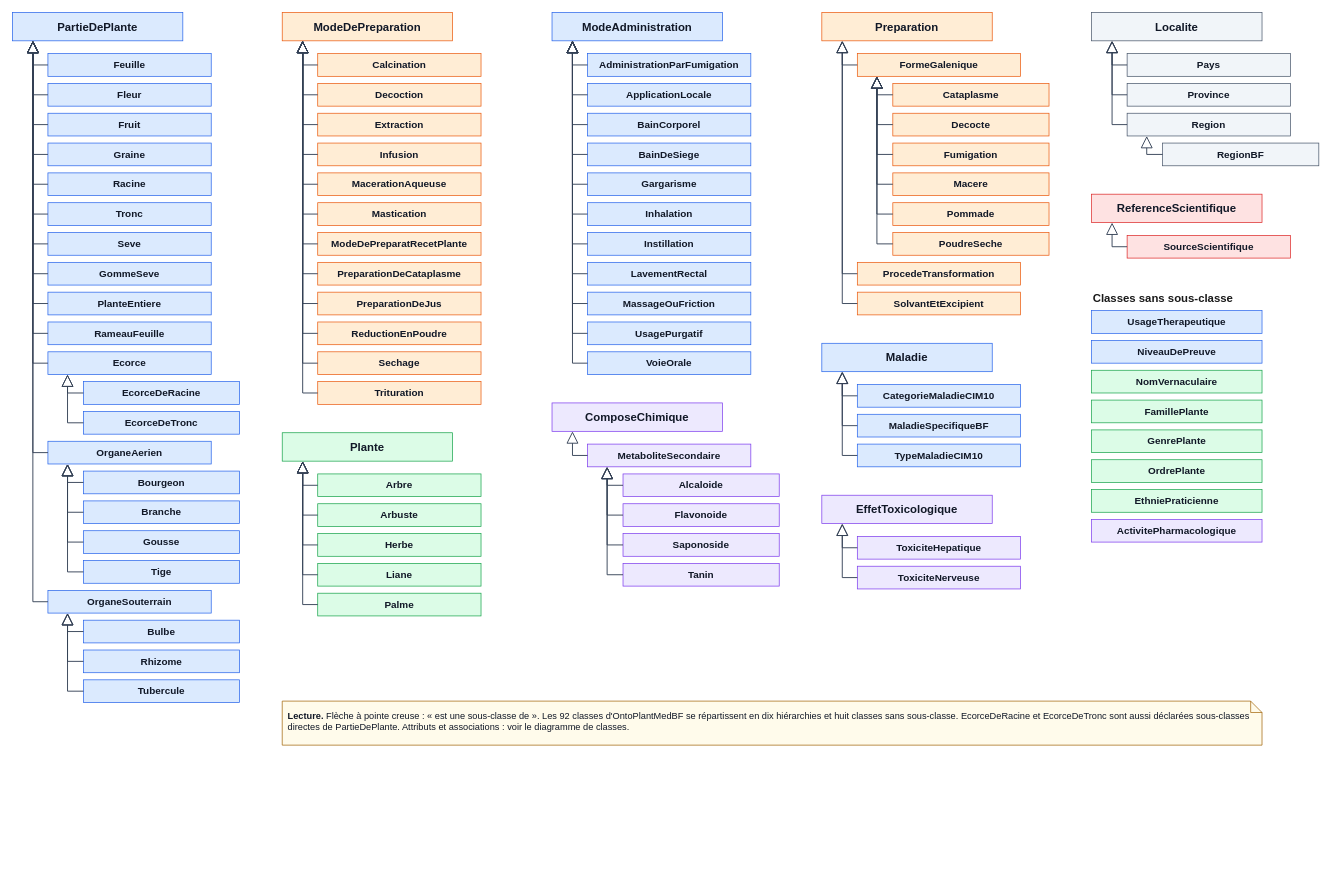
Earlier version of the draw.io diagram images/hierarchies_classes_ontologie.drawio (Lougoudoro/master-memoire). Source tidied: cells renumbered, new cells numbered last; positions are measured from the earlier drawing's top-left corner, leaving out a move shared by most shapes. Both pictures are drawn from the tidied source at 71%, with x=0, y=0 at pixel (12, 12).
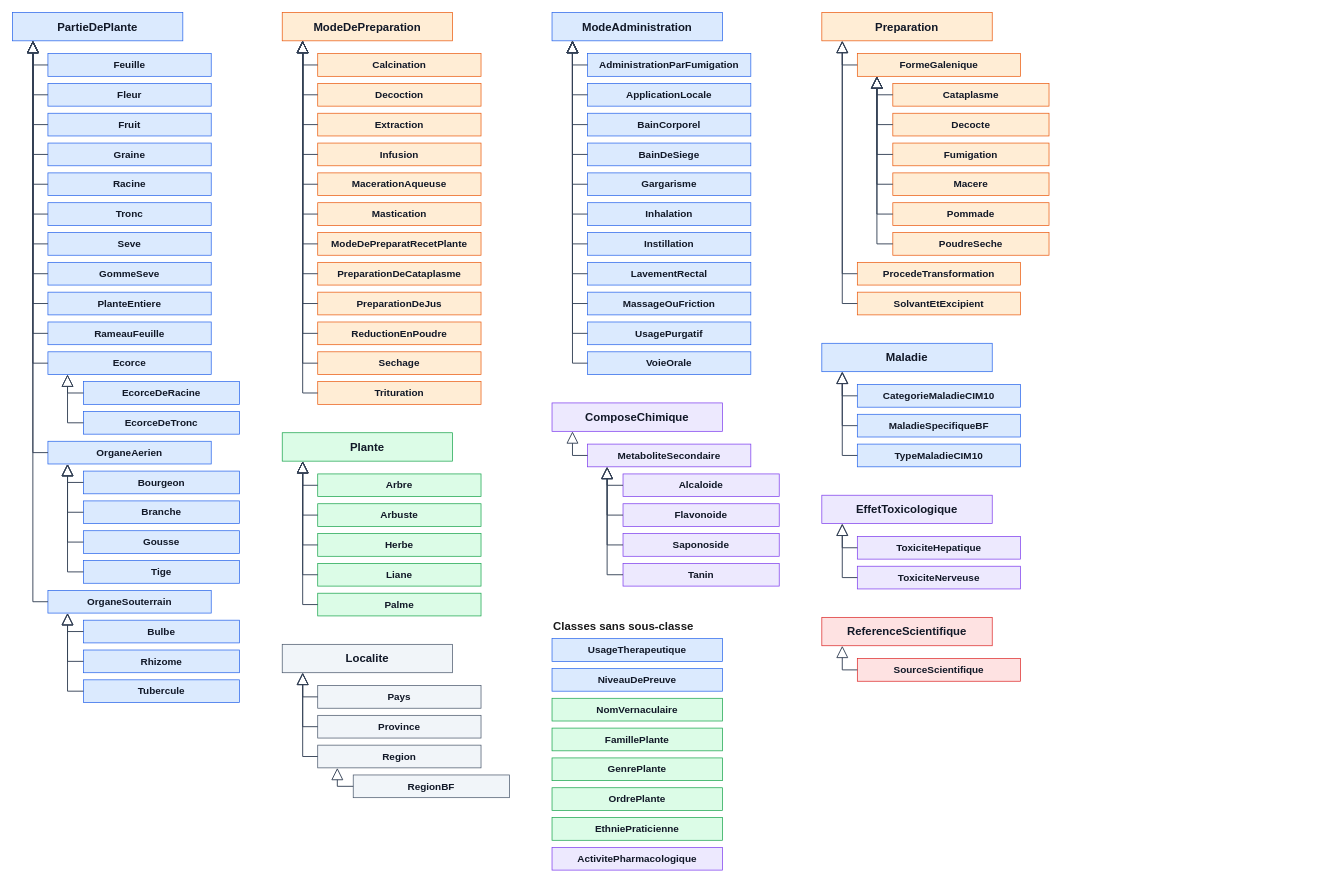
Above is the later version.

What changed in the source:
```diff
@@
     <mxCell id="148" value="Localite" style="rounded=0;whiteSpace=wrap;html=1;fillColor=#f1f5f9;strokeColor=#475569;fontColor=#111827;fontSize=16;fontStyle=1;" parent="1" vertex="1">
-      <mxGeometry x="1520" width="240" height="40" as="geometry" />
+      <mxGeometry x="380" y="890" width="240" height="40" as="geometry" />
     </mxCell>
     <mxCell id="149" value="Pays" style="rounded=0;whiteSpace=wrap;html=1;fillColor=#f1f5f9;strokeColor=#475569;fontColor=#111827;fontSize=14;fontStyle=1;" parent="1" vertex="1">
-      <mxGeometry x="1570" y="58" width="230" height="32" as="geometry" />
+      <mxGeometry x="430" y="948" width="230" height="32" as="geometry" />
     </mxCell>
@@
     <mxCell id="151" value="Province" style="rounded=0;whiteSpace=wrap;html=1;fillColor=#f1f5f9;strokeColor=#475569;fontColor=#111827;fontSize=14;fontStyle=1;" parent="1" vertex="1">
-      <mxGeometry x="1570" y="100" width="230" height="32" as="geometry" />
+      <mxGeometry x="430" y="990" width="230" height="32" as="geometry" />
     </mxCell>
@@
     <mxCell id="153" value="Region" style="rounded=0;whiteSpace=wrap;html=1;fillColor=#f1f5f9;strokeColor=#475569;fontColor=#111827;fontSize=14;fontStyle=1;" parent="1" vertex="1">
-      <mxGeometry x="1570" y="142" width="230" height="32" as="geometry" />
+      <mxGeometry x="430" y="1032" width="230" height="32" as="geometry" />
     </mxCell>
@@
     <mxCell id="155" value="RegionBF" style="rounded=0;whiteSpace=wrap;html=1;fillColor=#f1f5f9;strokeColor=#475569;fontColor=#111827;fontSize=14;fontStyle=1;" parent="1" vertex="1">
-      <mxGeometry x="1620" y="184" width="220" height="32" as="geometry" />
+      <mxGeometry x="480" y="1074" width="220" height="32" as="geometry" />
     </mxCell>
@@
     <mxCell id="157" value="ReferenceScientifique" style="rounded=0;whiteSpace=wrap;html=1;fillColor=#fee2e2;strokeColor=#dc2626;fontColor=#111827;fontSize=16;fontStyle=1;" parent="1" vertex="1">
-      <mxGeometry x="1520" y="256" width="240" height="40" as="geometry" />
+      <mxGeometry x="1140" y="852" width="240" height="40" as="geometry" />
     </mxCell>
     <mxCell id="158" value="SourceScientifique" style="rounded=0;whiteSpace=wrap;html=1;fillColor=#fee2e2;strokeColor=#dc2626;fontColor=#111827;fontSize=14;fontStyle=1;" parent="1" vertex="1">
-      <mxGeometry x="1570" y="314" width="230" height="32" as="geometry" />
+      <mxGeometry x="1190" y="910" width="230" height="32" as="geometry" />
     </mxCell>
@@
     <mxCell id="160" value="&lt;b&gt;Classes sans sous-classe&lt;/b&gt;" style="text;html=1;whiteSpace=wrap;align=left;verticalAlign=top;fontSize=16;fontColor=#1A1A1A;" parent="1" vertex="1">
-      <mxGeometry x="1520" y="386" width="280" height="26" as="geometry" />
+      <mxGeometry x="760" y="848" width="280" height="26" as="geometry" />
     </mxCell>
     <mxCell id="161" value="UsageTherapeutique" style="rounded=0;whiteSpace=wrap;html=1;fillColor=#dbeafe;strokeColor=#2563eb;fontColor=#111827;fontSize=14;fontStyle=1;" parent="1" vertex="1">
-      <mxGeometry x="1520" y="420" width="240" height="32" as="geometry" />
+      <mxGeometry x="760" y="882" width="240" height="32" as="geometry" />
     </mxCell>
     <mxCell id="162" value="NiveauDePreuve" style="rounded=0;whiteSpace=wrap;html=1;fillColor=#dbeafe;strokeColor=#2563eb;fontColor=#111827;fontSize=14;fontStyle=1;" parent="1" vertex="1">
-      <mxGeometry x="1520" y="462" width="240" height="32" as="geometry" />
+      <mxGeometry x="760" y="924" width="240" height="32" as="geometry" />
     </mxCell>
     <mxCell id="163" value="NomVernaculaire" style="rounded=0;whiteSpace=wrap;html=1;fillColor=#dcfce7;strokeColor=#16a34a;fontColor=#111827;fontSize=14;fontStyle=1;" parent="1" vertex="1">
-      <mxGeometry x="1520" y="504" width="240" height="32" as="geometry" />
+      <mxGeometry x="760" y="966" width="240" height="32" as="geometry" />
     </mxCell>
     <mxCell id="164" value="FamillePlante" style="rounded=0;whiteSpace=wrap;html=1;fillColor=#dcfce7;strokeColor=#16a34a;fontColor=#111827;fontSize=14;fontStyle=1;" parent="1" vertex="1">
-      <mxGeometry x="1520" y="546" width="240" height="32" as="geometry" />
+      <mxGeometry x="760" y="1008" width="240" height="32" as="geometry" />
     </mxCell>
     <mxCell id="165" value="GenrePlante" style="rounded=0;whiteSpace=wrap;html=1;fillColor=#dcfce7;strokeColor=#16a34a;fontColor=#111827;fontSize=14;fontStyle=1;" parent="1" vertex="1">
-      <mxGeometry x="1520" y="588" width="240" height="32" as="geometry" />
+      <mxGeometry x="760" y="1050" width="240" height="32" as="geometry" />
     </mxCell>
     <mxCell id="166" value="OrdrePlante" style="rounded=0;whiteSpace=wrap;html=1;fillColor=#dcfce7;strokeColor=#16a34a;fontColor=#111827;fontSize=14;fontStyle=1;" parent="1" vertex="1">
-      <mxGeometry x="1520" y="630" width="240" height="32" as="geometry" />
+      <mxGeometry x="760" y="1092" width="240" height="32" as="geometry" />
     </mxCell>
     <mxCell id="167" value="EthniePraticienne" style="rounded=0;whiteSpace=wrap;html=1;fillColor=#dcfce7;strokeColor=#16a34a;fontColor=#111827;fontSize=14;fontStyle=1;" parent="1" vertex="1">
-      <mxGeometry x="1520" y="672" width="240" height="32" as="geometry" />
+      <mxGeometry x="760" y="1134" width="240" height="32" as="geometry" />
     </mxCell>
     <mxCell id="168" value="ActivitePharmacologique" style="rounded=0;whiteSpace=wrap;html=1;fillColor=#ede9fe;strokeColor=#7c3aed;fontColor=#111827;fontSize=14;fontStyle=1;" parent="1" vertex="1">
-      <mxGeometry x="1520" y="714" width="240" height="32" as="geometry" />
+      <mxGeometry x="760" y="1176" width="240" height="32" as="geometry" />
     </mxCell>
-    <mxCell id="169" value="&lt;b&gt;Lecture.&lt;/b&gt; Flèche à pointe creuse : « est une sous-classe de ». Les 92 classes d'OntoPlantMedBF se répartissent en dix hiérarchies et huit classes sans sous-classe. EcorceDeRacine et EcorceDeTronc sont aussi déclarées sous-classes directes de PartieDePlante. Attributs et associations : voir le diagramme de classes." style="shape=note;size=16;whiteSpace=wrap;html=1;align=left;verticalAlign=top;spacing=8;fontSize=13;fillColor=#fffbeb;strokeColor=#a16207;fontColor=#111827;" parent="1" vertex="1">
-      <mxGeometry x="380" y="970" width="1380" height="62" as="geometry" />
-    </mxCell>
```
